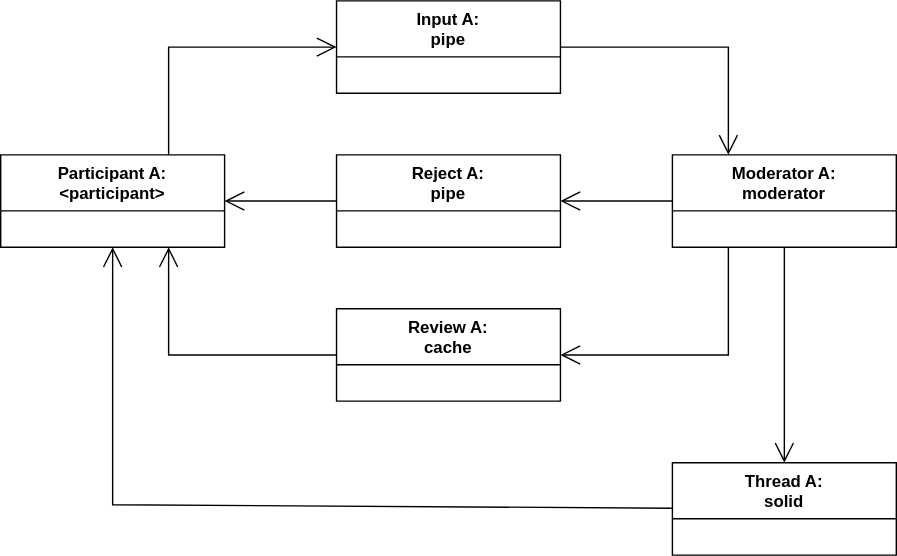
Above: doc/moderated_speech.svg in vitalii-samoilenko/ai-chat-bot (draw.io), before the change. Source tidied: cells renumbered, new cells last; positions are measured from the earlier drawing's top-left corner, leaving out a move shared by most shapes.
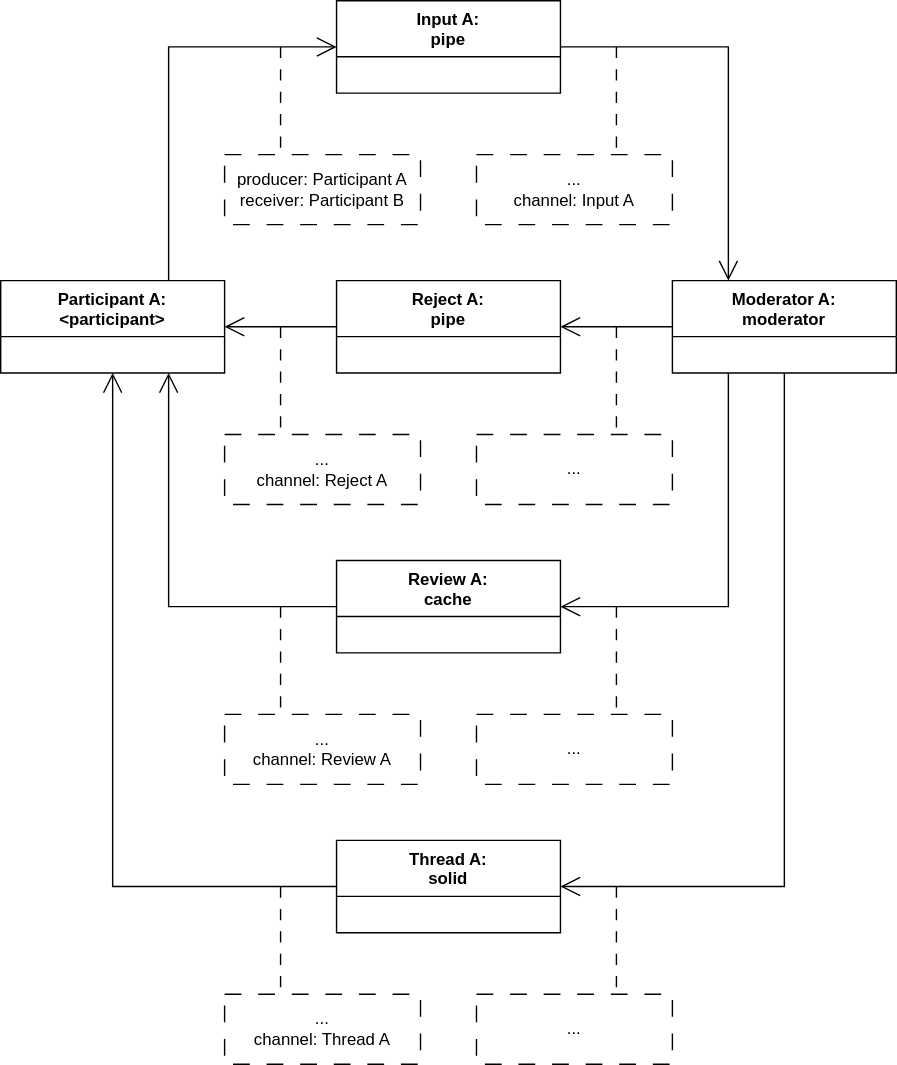
Above is the later version.

Diff of the diagram source:
```diff
@@ -3,7 +3,7 @@
     <mxCell id="0" />
     <mxCell id="1" parent="0" />
     <mxCell id="2" value="Participant A:&lt;div&gt;&amp;lt;participant&amp;gt;&lt;/div&gt;" style="swimlane;fontStyle=1;align=center;verticalAlign=top;horizontal=1;startSize=40;whiteSpace=wrap;html=1;" parent="1" vertex="1">
-      <mxGeometry y="110" width="160" height="66" as="geometry" />
+      <mxGeometry y="200" width="160" height="66" as="geometry" />
     </mxCell>
     <mxCell id="3" value="Input A:&lt;div&gt;pipe&lt;/div&gt;" style="swimlane;fontStyle=1;align=center;verticalAlign=top;horizontal=1;startSize=40;whiteSpace=wrap;html=1;" parent="1" vertex="1">
       <mxGeometry x="240" width="160" height="66" as="geometry" />
@@ -16,7 +16,7 @@
       </mxGeometry>
     </mxCell>
     <mxCell id="5" value="Moderator A:&lt;div&gt;moderator&lt;/div&gt;" style="swimlane;fontStyle=1;align=center;verticalAlign=top;horizontal=1;startSize=40;whiteSpace=wrap;html=1;" parent="1" vertex="1">
-      <mxGeometry x="480" y="110" width="160" height="66" as="geometry" />
+      <mxGeometry x="480" y="200" width="160" height="66" as="geometry" />
     </mxCell>
     <mxCell id="6" style="endArrow=open;endFill=1;endSize=12;html=1;rounded=0;entryX=0.25;entryY=0;entryDx=0;entryDy=0;" parent="1" edge="1" source="3" target="5">
       <mxGeometry relative="1" as="geometry">
@@ -26,13 +26,13 @@
       </mxGeometry>
     </mxCell>
     <mxCell id="7" value="Thread A:&lt;div&gt;solid&lt;/div&gt;" style="swimlane;fontStyle=1;align=center;verticalAlign=top;horizontal=1;startSize=40;whiteSpace=wrap;html=1;" parent="1" vertex="1">
-      <mxGeometry x="480" y="330" width="160" height="66" as="geometry" />
+      <mxGeometry x="240" y="600" width="160" height="66" as="geometry" />
     </mxCell>
     <mxCell id="8" value="Reject A:&lt;div&gt;pipe&lt;/div&gt;" style="swimlane;fontStyle=1;align=center;verticalAlign=top;horizontal=1;startSize=40;whiteSpace=wrap;html=1;" parent="1" vertex="1">
-      <mxGeometry x="240" y="110" width="160" height="66" as="geometry" />
+      <mxGeometry x="240" y="200" width="160" height="66" as="geometry" />
     </mxCell>
     <mxCell id="9" value="Review A:&lt;div&gt;cache&lt;/div&gt;" style="swimlane;fontStyle=1;align=center;verticalAlign=top;horizontal=1;startSize=40;whiteSpace=wrap;html=1;" parent="1" vertex="1">
-      <mxGeometry x="240" y="220" width="160" height="66" as="geometry" />
+      <mxGeometry x="240" y="400" width="160" height="66" as="geometry" />
     </mxCell>
     <mxCell id="10" style="endArrow=open;endFill=1;endSize=12;html=1;rounded=0;" parent="1" edge="1" source="5" target="8">
       <mxGeometry relative="1" as="geometry" />
@@ -40,7 +40,7 @@
     <mxCell id="11" style="endArrow=open;endFill=1;endSize=12;html=1;rounded=0;exitX=0.25;exitY=1;exitDx=0;exitDy=0;" parent="1" edge="1" source="5" target="9">
       <mxGeometry relative="1" as="geometry">
         <Array as="points">
-          <mxPoint x="520" y="253" />
+          <mxPoint x="520" y="433" />
         </Array>
       </mxGeometry>
     </mxCell>
@@ -50,19 +50,95 @@
     <mxCell id="13" style="endArrow=open;endFill=1;endSize=12;html=1;rounded=0;entryX=0.75;entryY=1;entryDx=0;entryDy=0;" parent="1" edge="1" source="9" target="2">
       <mxGeometry relative="1" as="geometry">
         <Array as="points">
-          <mxPoint x="120" y="253" />
+          <mxPoint x="120" y="433" />
         </Array>
       </mxGeometry>
     </mxCell>
     <mxCell id="14" style="endArrow=open;endFill=1;endSize=12;html=1;rounded=0;" parent="1" edge="1" source="5" target="7">
-      <mxGeometry relative="1" as="geometry" />
+      <mxGeometry relative="1" as="geometry">
+        <Array as="points">
+          <mxPoint x="560" y="633" />
+        </Array>
+      </mxGeometry>
     </mxCell>
     <mxCell id="15" style="endArrow=open;endFill=1;endSize=12;html=1;rounded=0;" parent="1" edge="1" source="7" target="2">
       <mxGeometry relative="1" as="geometry">
         <Array as="points">
-          <mxPoint x="80" y="360" />
+          <mxPoint x="80" y="633" />
         </Array>
       </mxGeometry>
     </mxCell>
+    <mxCell id="16" value="producer: Participant A&lt;div&gt;receiver: Participant B&lt;/div&gt;" style="html=1;whiteSpace=wrap;dashed=1;dashPattern=12 12;fillColor=none;" parent="1" vertex="1">
+      <mxGeometry x="160" y="110" width="140" height="50" as="geometry" />
+    </mxCell>
+    <mxCell id="17" value="...&lt;br&gt;&lt;div&gt;channel: Input A&lt;/div&gt;" style="html=1;whiteSpace=wrap;dashed=1;dashPattern=12 12;fillColor=none;" parent="1" vertex="1">
+      <mxGeometry x="340" y="110" width="140" height="50" as="geometry" />
+    </mxCell>
+    <mxCell id="18" value="..." style="html=1;whiteSpace=wrap;dashed=1;dashPattern=12 12;fillColor=none;" parent="1" vertex="1">
+      <mxGeometry x="340" y="310" width="140" height="50" as="geometry" />
+    </mxCell>
+    <mxCell id="19" value="...&lt;br&gt;&lt;div&gt;channel: Reject A&lt;/div&gt;" style="html=1;whiteSpace=wrap;dashed=1;dashPattern=12 12;fillColor=none;" parent="1" vertex="1">
+      <mxGeometry x="160" y="310" width="140" height="50" as="geometry" />
+    </mxCell>
+    <mxCell id="20" value="..." style="html=1;whiteSpace=wrap;dashed=1;dashPattern=12 12;fillColor=none;" parent="1" vertex="1">
+      <mxGeometry x="340" y="510" width="140" height="50" as="geometry" />
+    </mxCell>
+    <mxCell id="21" value="...&lt;br&gt;&lt;div&gt;channel: Review A&lt;/div&gt;" style="html=1;whiteSpace=wrap;dashed=1;dashPattern=12 12;fillColor=none;" parent="1" vertex="1">
+      <mxGeometry x="160" y="510" width="140" height="50" as="geometry" />
+    </mxCell>
+    <mxCell id="22" style="endArrow=none;dashed=1;endFill=0;endSize=12;html=1;rounded=0;startFill=0;dashPattern=8 8;entryX=0.75;entryY=0;entryDx=0;entryDy=0;" parent="1" edge="1">
+      <mxGeometry relative="1" as="geometry">
+        <mxPoint x="440" y="233" as="sourcePoint" />
+        <mxPoint x="440" y="310" as="targetPoint" />
+      </mxGeometry>
+    </mxCell>
+    <mxCell id="23" style="endArrow=none;dashed=1;endFill=0;endSize=12;html=1;rounded=0;startFill=0;dashPattern=8 8;entryX=0.75;entryY=0;entryDx=0;entryDy=0;" parent="1" edge="1">
+      <mxGeometry relative="1" as="geometry">
+        <mxPoint x="200" y="233" as="sourcePoint" />
+        <mxPoint x="200" y="310" as="targetPoint" />
+      </mxGeometry>
+    </mxCell>
+    <mxCell id="24" style="endArrow=none;dashed=1;endFill=0;endSize=12;html=1;rounded=0;startFill=0;dashPattern=8 8;entryX=0.75;entryY=0;entryDx=0;entryDy=0;" parent="1" edge="1">
+      <mxGeometry relative="1" as="geometry">
+        <mxPoint x="440" y="433" as="sourcePoint" />
+        <mxPoint x="440" y="510" as="targetPoint" />
+      </mxGeometry>
+    </mxCell>
+    <mxCell id="25" style="endArrow=none;dashed=1;endFill=0;endSize=12;html=1;rounded=0;startFill=0;dashPattern=8 8;entryX=0.75;entryY=0;entryDx=0;entryDy=0;" parent="1" edge="1">
+      <mxGeometry relative="1" as="geometry">
+        <mxPoint x="200" y="433" as="sourcePoint" />
+        <mxPoint x="200" y="510" as="targetPoint" />
+      </mxGeometry>
+    </mxCell>
+    <mxCell id="26" style="endArrow=none;dashed=1;endFill=0;endSize=12;html=1;rounded=0;startFill=0;dashPattern=8 8;entryX=0.75;entryY=0;entryDx=0;entryDy=0;" parent="1" edge="1">
+      <mxGeometry relative="1" as="geometry">
+        <mxPoint x="440" y="33" as="sourcePoint" />
+        <mxPoint x="440" y="110" as="targetPoint" />
+      </mxGeometry>
+    </mxCell>
+    <mxCell id="27" style="endArrow=none;dashed=1;endFill=0;endSize=12;html=1;rounded=0;startFill=0;dashPattern=8 8;entryX=0.75;entryY=0;entryDx=0;entryDy=0;" parent="1" edge="1">
+      <mxGeometry relative="1" as="geometry">
+        <mxPoint x="200" y="33" as="sourcePoint" />
+        <mxPoint x="200" y="110" as="targetPoint" />
+      </mxGeometry>
+    </mxCell>
+    <mxCell id="28" value="..." style="html=1;whiteSpace=wrap;dashed=1;dashPattern=12 12;fillColor=none;" parent="1" vertex="1">
+      <mxGeometry x="340" y="710" width="140" height="50" as="geometry" />
+    </mxCell>
+    <mxCell id="29" value="...&lt;br&gt;&lt;div&gt;channel: Thread A&lt;/div&gt;" style="html=1;whiteSpace=wrap;dashed=1;dashPattern=12 12;fillColor=none;" parent="1" vertex="1">
+      <mxGeometry x="160" y="710" width="140" height="50" as="geometry" />
+    </mxCell>
+    <mxCell id="30" style="endArrow=none;dashed=1;endFill=0;endSize=12;html=1;rounded=0;startFill=0;dashPattern=8 8;entryX=0.75;entryY=0;entryDx=0;entryDy=0;" parent="1" edge="1">
+      <mxGeometry relative="1" as="geometry">
+        <mxPoint x="440" y="633" as="sourcePoint" />
+        <mxPoint x="440" y="710" as="targetPoint" />
+      </mxGeometry>
+    </mxCell>
+    <mxCell id="31" style="endArrow=none;dashed=1;endFill=0;endSize=12;html=1;rounded=0;startFill=0;dashPattern=8 8;entryX=0.75;entryY=0;entryDx=0;entryDy=0;" parent="1" edge="1">
+      <mxGeometry relative="1" as="geometry">
+        <mxPoint x="200" y="633" as="sourcePoint" />
+        <mxPoint x="200" y="710" as="targetPoint" />
+      </mxGeometry>
+    </mxCell>
   </root>
 </mxGraphModel>
```
